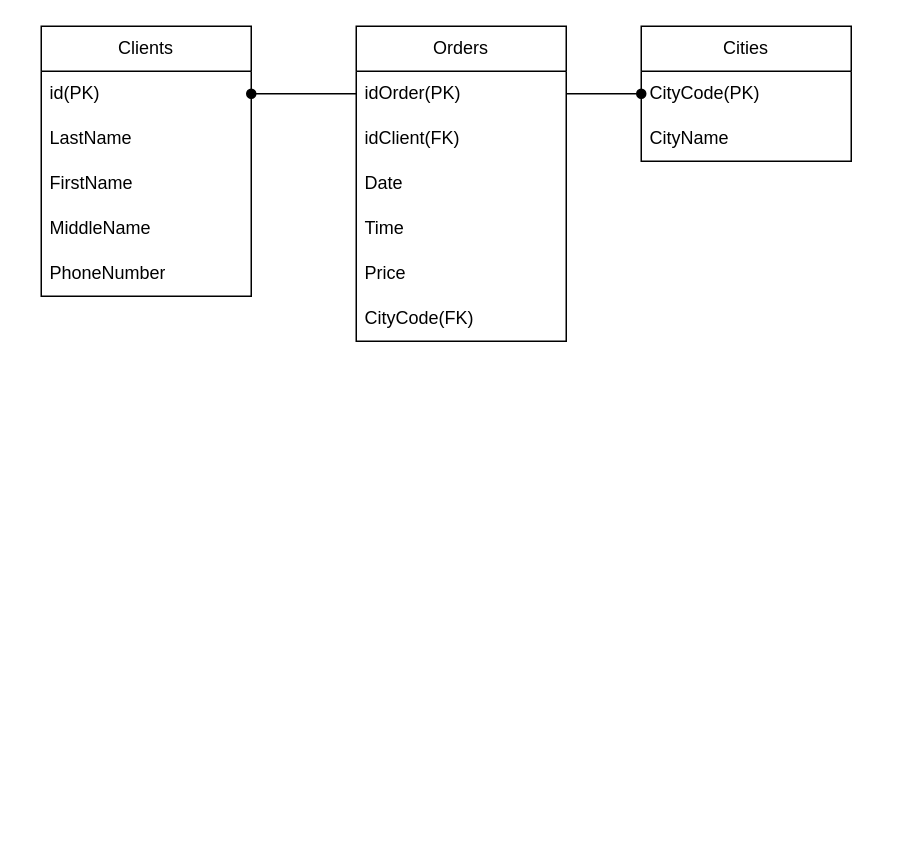
Earlier version of the draw.io diagram ThirdDiagram.drawio (Sparrow-Ran/DRAWIO). Source tidied: cells renumbered, new cells numbered last; positions are measured from the earlier drawing's top-left corner, leaving out a move shared by most shapes. Both pictures are drawn from the tidied source at 150%, with x=0, y=0 at pixel (40, 26).
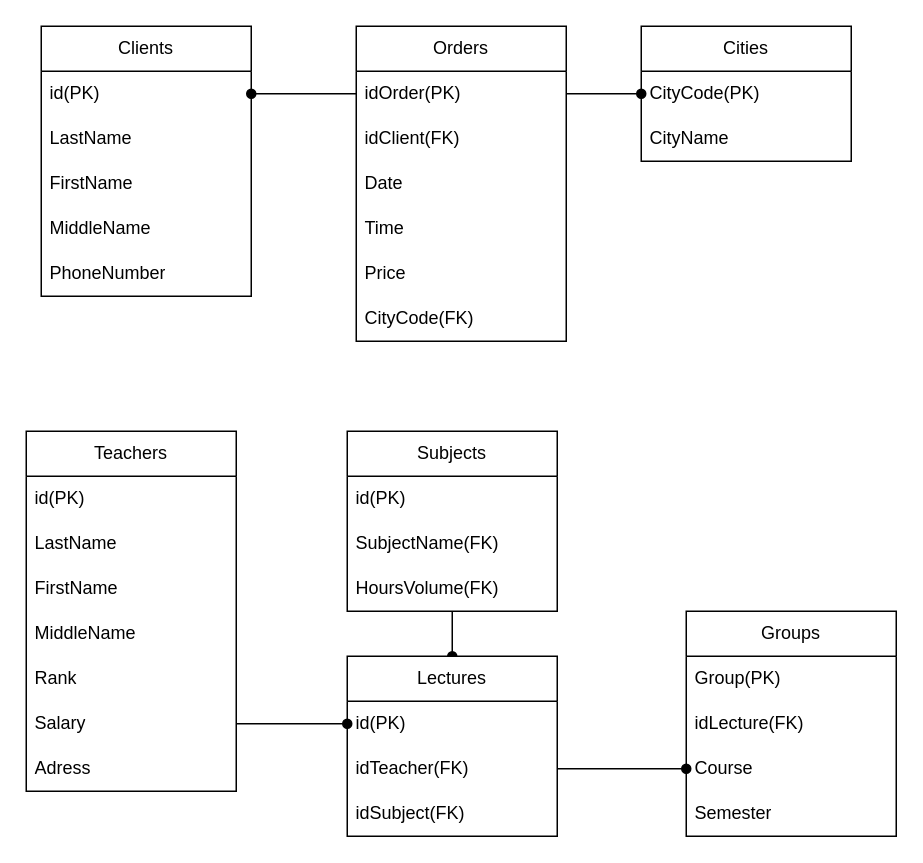
The same diagram, later.

The edit, as a diff of the source:
```diff
@@
+    <mxCell id="20" value="Teachers" style="swimlane;fontStyle=0;horizontal=1;startSize=30;whiteSpace=wrap;html=1;" parent="1" vertex="1">
+      <mxGeometry x="-10" y="270" width="140" height="240" as="geometry" />
+    </mxCell>
+    <mxCell id="21" value="id(PK)" style="text;strokeColor=none;fillColor=none;align=left;verticalAlign=middle;spacingLeft=4;spacingRight=4;overflow=hidden;whiteSpace=wrap;html=1;" parent="20" vertex="1">
+      <mxGeometry y="30" width="140" height="30" as="geometry" />
+    </mxCell>
+    <mxCell id="22" value="LastName" style="text;strokeColor=none;fillColor=none;align=left;verticalAlign=middle;spacingLeft=4;spacingRight=4;overflow=hidden;whiteSpace=wrap;html=1;" parent="20" vertex="1">
+      <mxGeometry y="60" width="140" height="30" as="geometry" />
+    </mxCell>
+    <mxCell id="23" value="FirstName" style="text;strokeColor=none;fillColor=none;align=left;verticalAlign=middle;spacingLeft=4;spacingRight=4;overflow=hidden;whiteSpace=wrap;html=1;" parent="20" vertex="1">
+      <mxGeometry y="90" width="140" height="30" as="geometry" />
+    </mxCell>
+    <mxCell id="24" value="MiddleName" style="text;strokeColor=none;fillColor=none;align=left;verticalAlign=middle;spacingLeft=4;spacingRight=4;overflow=hidden;whiteSpace=wrap;html=1;" parent="20" vertex="1">
+      <mxGeometry y="120" width="140" height="30" as="geometry" />
+    </mxCell>
+    <mxCell id="25" value="Rank" style="text;strokeColor=none;fillColor=none;align=left;verticalAlign=middle;spacingLeft=4;spacingRight=4;overflow=hidden;whiteSpace=wrap;html=1;" parent="20" vertex="1">
+      <mxGeometry y="150" width="140" height="30" as="geometry" />
+    </mxCell>
+    <mxCell id="26" value="Salary" style="text;strokeColor=none;fillColor=none;align=left;verticalAlign=middle;spacingLeft=4;spacingRight=4;overflow=hidden;points=[[0,0.5],[1,0.5]];portConstraint=eastwest;whiteSpace=wrap;html=1;" parent="20" vertex="1">
+      <mxGeometry y="180" width="140" height="30" as="geometry" />
+    </mxCell>
+    <mxCell id="27" value="Adress" style="text;strokeColor=none;fillColor=none;align=left;verticalAlign=middle;spacingLeft=4;spacingRight=4;overflow=hidden;whiteSpace=wrap;html=1;" parent="20" vertex="1">
+      <mxGeometry y="210" width="140" height="30" as="geometry" />
+    </mxCell>
+    <mxCell id="28" style="edgeStyle=orthogonalEdgeStyle;rounded=0;jettySize=auto;html=1;entryX=0.5;entryY=0;entryDx=0;entryDy=0;endArrow=oval;endFill=1;" parent="1" edge="1" source="29" target="39">
+      <mxGeometry relative="1" as="geometry" />
+    </mxCell>
+    <mxCell id="29" value="Subjects" style="swimlane;fontStyle=0;horizontal=1;startSize=30;whiteSpace=wrap;html=1;" parent="1" vertex="1">
+      <mxGeometry x="204" y="270" width="140" height="120" as="geometry" />
+    </mxCell>
+    <mxCell id="30" value="id(PK)" style="text;strokeColor=none;fillColor=none;align=left;verticalAlign=middle;spacingLeft=4;spacingRight=4;overflow=hidden;whiteSpace=wrap;html=1;" parent="29" vertex="1">
+      <mxGeometry y="30" width="140" height="30" as="geometry" />
+    </mxCell>
+    <mxCell id="31" value="SubjectName(FK)" style="text;strokeColor=none;fillColor=none;align=left;verticalAlign=middle;spacingLeft=4;spacingRight=4;overflow=hidden;whiteSpace=wrap;html=1;" parent="29" vertex="1">
+      <mxGeometry y="60" width="140" height="30" as="geometry" />
+    </mxCell>
+    <mxCell id="32" value="HoursVolume(FK)" style="text;strokeColor=none;fillColor=none;align=left;verticalAlign=middle;spacingLeft=4;spacingRight=4;overflow=hidden;whiteSpace=wrap;html=1;" parent="29" vertex="1">
+      <mxGeometry y="90" width="140" height="30" as="geometry" />
+    </mxCell>
+    <mxCell id="33" value="Groups" style="swimlane;fontStyle=0;horizontal=1;startSize=30;whiteSpace=wrap;html=1;" parent="1" vertex="1">
+      <mxGeometry x="430" y="390" width="140" height="150" as="geometry" />
+    </mxCell>
+    <mxCell id="34" value="Group(PK)" style="text;strokeColor=none;fillColor=none;align=left;verticalAlign=middle;spacingLeft=4;spacingRight=4;overflow=hidden;whiteSpace=wrap;html=1;" parent="33" vertex="1">
+      <mxGeometry y="30" width="140" height="30" as="geometry" />
+    </mxCell>
+    <mxCell id="35" value="idLecture(FK)" style="text;strokeColor=none;fillColor=none;align=left;verticalAlign=middle;spacingLeft=4;spacingRight=4;overflow=hidden;whiteSpace=wrap;html=1;" parent="33" vertex="1">
+      <mxGeometry y="60" width="140" height="30" as="geometry" />
+    </mxCell>
+    <mxCell id="36" value="Course" style="text;strokeColor=none;fillColor=none;align=left;verticalAlign=middle;spacingLeft=4;spacingRight=4;overflow=hidden;points=[[0,0.5],[1,0.5]];portConstraint=eastwest;whiteSpace=wrap;html=1;" parent="33" vertex="1">
+      <mxGeometry y="90" width="140" height="30" as="geometry" />
+    </mxCell>
+    <mxCell id="37" value="Semester" style="text;strokeColor=none;fillColor=none;align=left;verticalAlign=middle;spacingLeft=4;spacingRight=4;overflow=hidden;whiteSpace=wrap;html=1;" parent="33" vertex="1">
+      <mxGeometry y="120" width="140" height="30" as="geometry" />
+    </mxCell>
+    <mxCell id="38" style="edgeStyle=orthogonalEdgeStyle;rounded=0;jettySize=auto;html=1;endArrow=oval;endFill=1;exitX=1;exitY=0.5;exitDx=0;exitDy=0;" parent="1" edge="1" source="41" target="36">
+      <mxGeometry relative="1" as="geometry" />
+    </mxCell>
+    <mxCell id="39" value="Lectures" style="swimlane;fontStyle=0;horizontal=1;startSize=30;whiteSpace=wrap;html=1;" parent="1" vertex="1">
+      <mxGeometry x="204" y="420" width="140" height="120" as="geometry" />
+    </mxCell>
+    <mxCell id="40" value="id(PK)" style="text;strokeColor=none;fillColor=none;align=left;verticalAlign=middle;spacingLeft=4;spacingRight=4;overflow=hidden;points=[[0,0.5],[1,0.5]];portConstraint=eastwest;whiteSpace=wrap;html=1;" parent="39" vertex="1">
+      <mxGeometry y="30" width="140" height="30" as="geometry" />
+    </mxCell>
+    <mxCell id="41" value="idTeacher(FK)" style="text;strokeColor=none;fillColor=none;align=left;verticalAlign=middle;spacingLeft=4;spacingRight=4;overflow=hidden;points=[[0,0.5],[1,0.5]];portConstraint=eastwest;whiteSpace=wrap;html=1;" parent="39" vertex="1">
+      <mxGeometry y="60" width="140" height="30" as="geometry" />
+    </mxCell>
+    <mxCell id="42" value="idSubject(FK)" style="text;strokeColor=none;fillColor=none;align=left;verticalAlign=middle;spacingLeft=4;spacingRight=4;overflow=hidden;whiteSpace=wrap;html=1;" parent="39" vertex="1">
+      <mxGeometry y="90" width="140" height="30" as="geometry" />
+    </mxCell>
+    <mxCell id="43" style="edgeStyle=orthogonalEdgeStyle;rounded=0;jettySize=auto;html=1;exitX=1;exitY=0.5;exitDx=0;exitDy=0;entryX=0;entryY=0.5;entryDx=0;entryDy=0;endArrow=oval;endFill=1;" parent="1" edge="1" source="26" target="40">
+      <mxGeometry relative="1" as="geometry" />
+    </mxCell>
```
